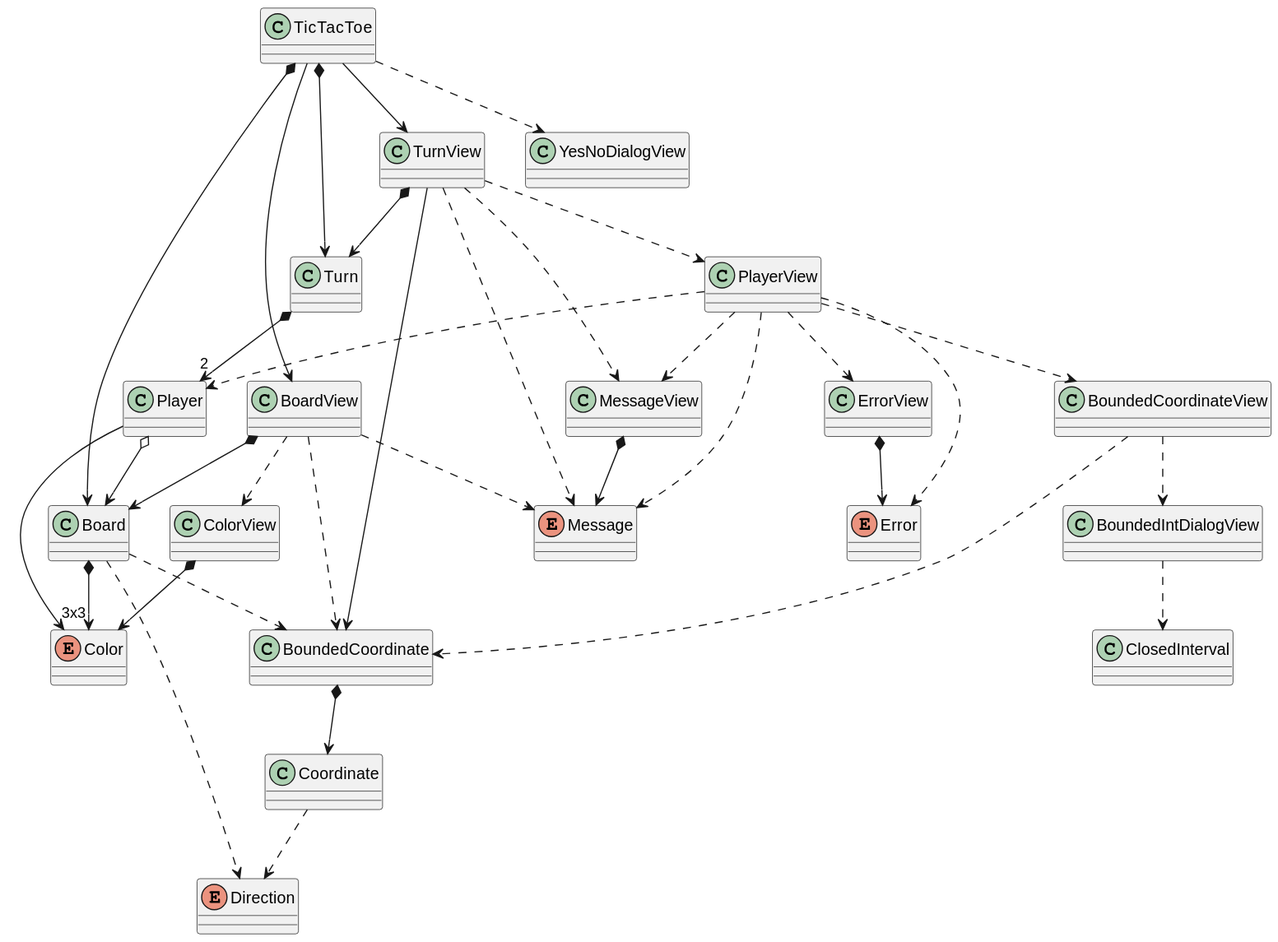
Earlier version of the PlantUML export tech-java-basadoObjetos/src/es/usantatecla/tictactoe_v2/docs/classes.svg (jumpering/lab-turing).
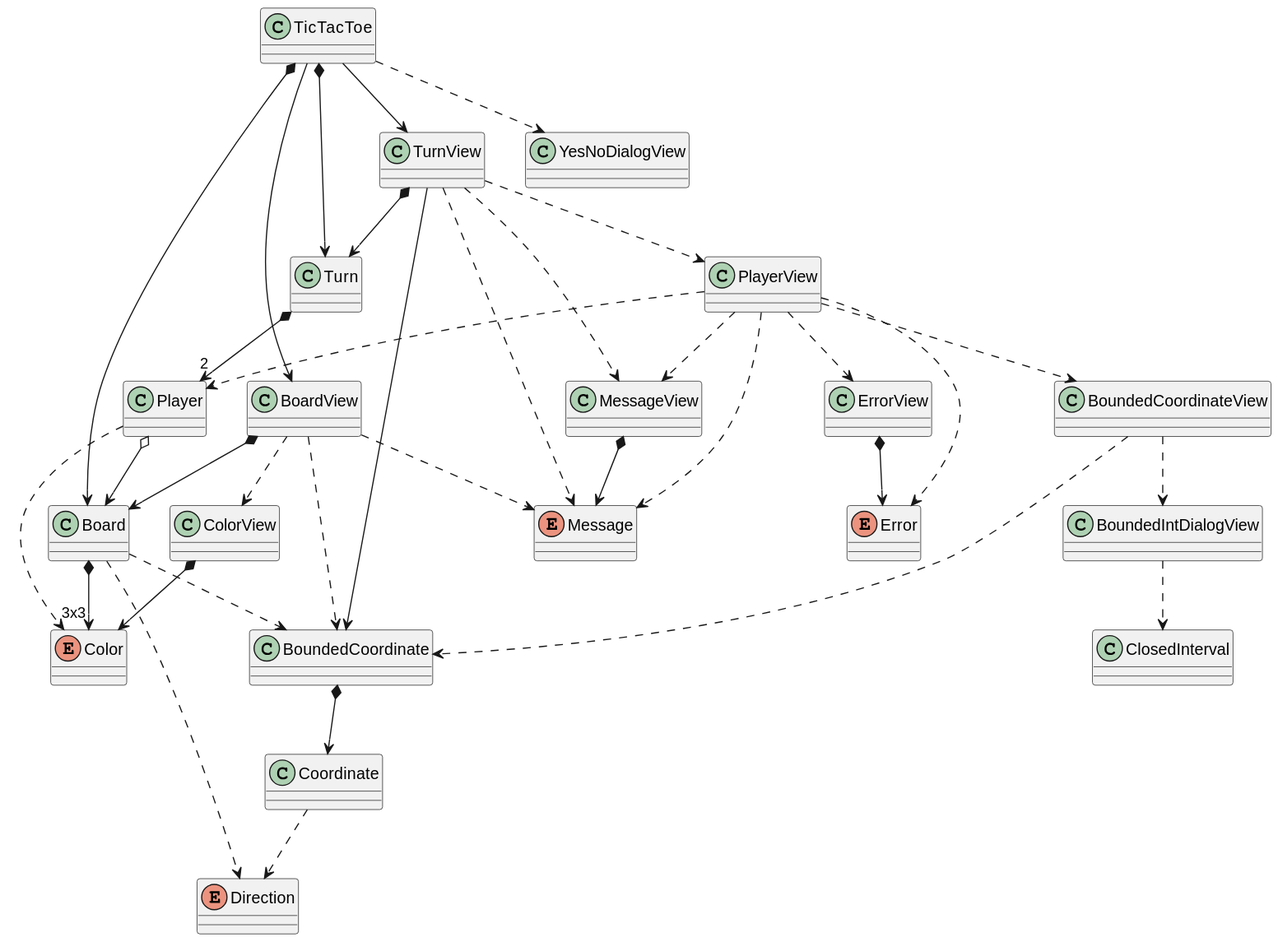
After the change.

Commit message:
change relations UML

The edit, as a diff of the source:
```diff
@@ -59,7 +59,7 @@
 TurnView ..> Message
 Turn *--> "2" Player
 Player o--> Board
-Player --> Color
+Player ..> Color
 PlayerView ..> Player
 PlayerView ..> ErrorView
 PlayerView ..> Error
```
